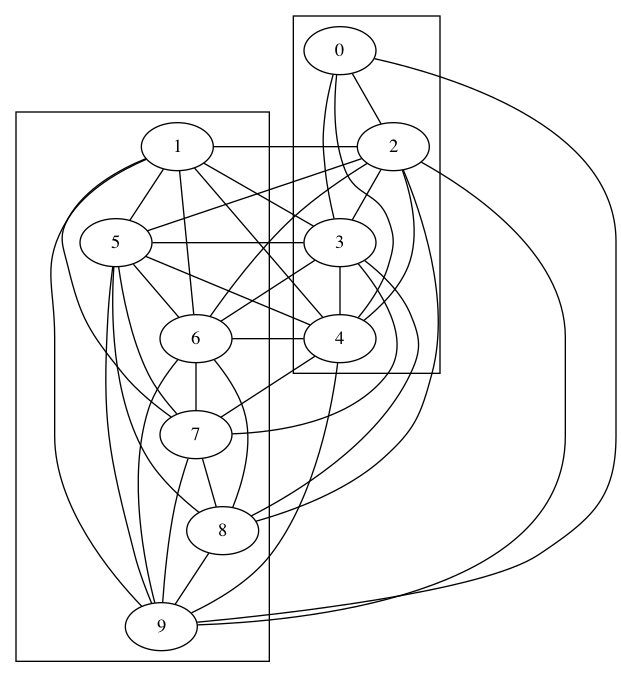
The Graphviz diagram A2/spectral_bisection/sb.png in lrodrin/masterAI, before a commit. Its source is kept beside it as A2/spectral_bisection/sb.dot. Source of this version:
```dot
strict graph  {
0;
1;
2;
3;
4;
5;
6;
7;
8;
9;
0 -- 2  [weight=3];
0 -- 3  [weight=6];
0 -- 4  [weight=18];
0 -- 9  [weight=5];
1 -- 2  [weight=10];
1 -- 3  [weight=15];
1 -- 4  [weight=17];
1 -- 5  [weight=4];
1 -- 6  [weight=12];
1 -- 7  [weight=13];
1 -- 9  [weight=16];
2 -- 3  [weight=2];
2 -- 4  [weight=14];
2 -- 5  [weight=6];
2 -- 6  [weight=10];
2 -- 8  [weight=1];
2 -- 9  [weight=5];
3 -- 4  [weight=17];
3 -- 5  [weight=8];
3 -- 6  [weight=3];
3 -- 7  [weight=4];
3 -- 8  [weight=11];
4 -- 5  [weight=2];
4 -- 6  [weight=2];
4 -- 7  [weight=15];
4 -- 9  [weight=1];
5 -- 6  [weight=12];
5 -- 7  [weight=17];
5 -- 8  [weight=8];
5 -- 9  [weight=6];
6 -- 7  [weight=11];
6 -- 8  [weight=16];
6 -- 9  [weight=4];
7 -- 8  [weight=7];
7 -- 9  [weight=16];
8 -- 9  [weight=4];
subgraph cluster_A {
0 -- 2;
2 -- 3;
3 -- 4;
}

subgraph cluster_B {
1 -- 5;
5 -- 6;
6 -- 7;
7 -- 8;
8 -- 9;
}

}
```
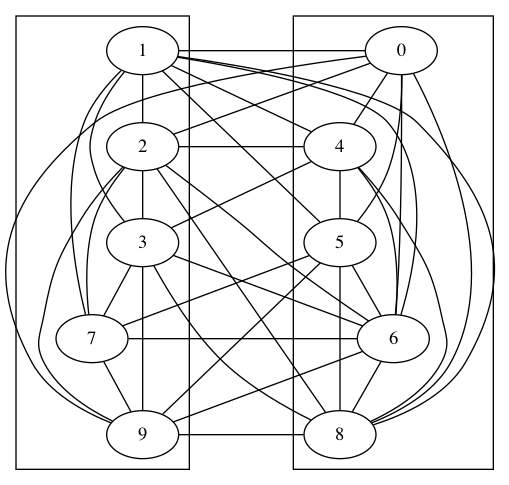
The same diagram one commit later.

What changed in the source:
```diff
@@ -9,54 +9,54 @@
 7;
 8;
 9;
-0 -- 2  [weight=3];
-0 -- 3  [weight=6];
-0 -- 4  [weight=18];
-0 -- 9  [weight=5];
-1 -- 2  [weight=10];
-1 -- 3  [weight=15];
-1 -- 4  [weight=17];
-1 -- 5  [weight=4];
-1 -- 6  [weight=12];
-1 -- 7  [weight=13];
-1 -- 9  [weight=16];
-2 -- 3  [weight=2];
-2 -- 4  [weight=14];
-2 -- 5  [weight=6];
-2 -- 6  [weight=10];
-2 -- 8  [weight=1];
-2 -- 9  [weight=5];
-3 -- 4  [weight=17];
-3 -- 5  [weight=8];
-3 -- 6  [weight=3];
-3 -- 7  [weight=4];
-3 -- 8  [weight=11];
-4 -- 5  [weight=2];
-4 -- 6  [weight=2];
-4 -- 7  [weight=15];
-4 -- 9  [weight=1];
-5 -- 6  [weight=12];
-5 -- 7  [weight=17];
-5 -- 8  [weight=8];
-5 -- 9  [weight=6];
-6 -- 7  [weight=11];
-6 -- 8  [weight=16];
-6 -- 9  [weight=4];
-7 -- 8  [weight=7];
+0 -- 1  [weight=13];
+0 -- 2  [weight=16];
+0 -- 4  [weight=8];
+0 -- 5  [weight=13];
+0 -- 6  [weight=9];
+0 -- 8  [weight=18];
+0 -- 9  [weight=1];
+1 -- 2  [weight=5];
+1 -- 3  [weight=8];
+1 -- 4  [weight=8];
+1 -- 5  [weight=14];
+1 -- 6  [weight=16];
+1 -- 7  [weight=14];
+1 -- 8  [weight=1];
+2 -- 3  [weight=14];
+2 -- 4  [weight=16];
+2 -- 6  [weight=9];
+2 -- 7  [weight=16];
+2 -- 8  [weight=15];
+2 -- 9  [weight=9];
+3 -- 4  [weight=8];
+3 -- 6  [weight=10];
+3 -- 7  [weight=9];
+3 -- 8  [weight=9];
+3 -- 9  [weight=2];
+4 -- 5  [weight=17];
+4 -- 6  [weight=11];
+4 -- 8  [weight=1];
+5 -- 6  [weight=9];
+5 -- 7  [weight=8];
+5 -- 8  [weight=14];
+5 -- 9  [weight=18];
+6 -- 7  [weight=2];
+6 -- 9  [weight=19];
 7 -- 9  [weight=16];
-8 -- 9  [weight=4];
+8 -- 9  [weight=18];
 subgraph cluster_A {
-0 -- 2;
+1 -- 2;
 2 -- 3;
-3 -- 4;
+3 -- 7;
+7 -- 9;
 }
 
 subgraph cluster_B {
-1 -- 5;
+0 -- 4;
+4 -- 5;
 5 -- 6;
-6 -- 7;
-7 -- 8;
-8 -- 9;
+6 -- 8;
 }
 
 }
```
